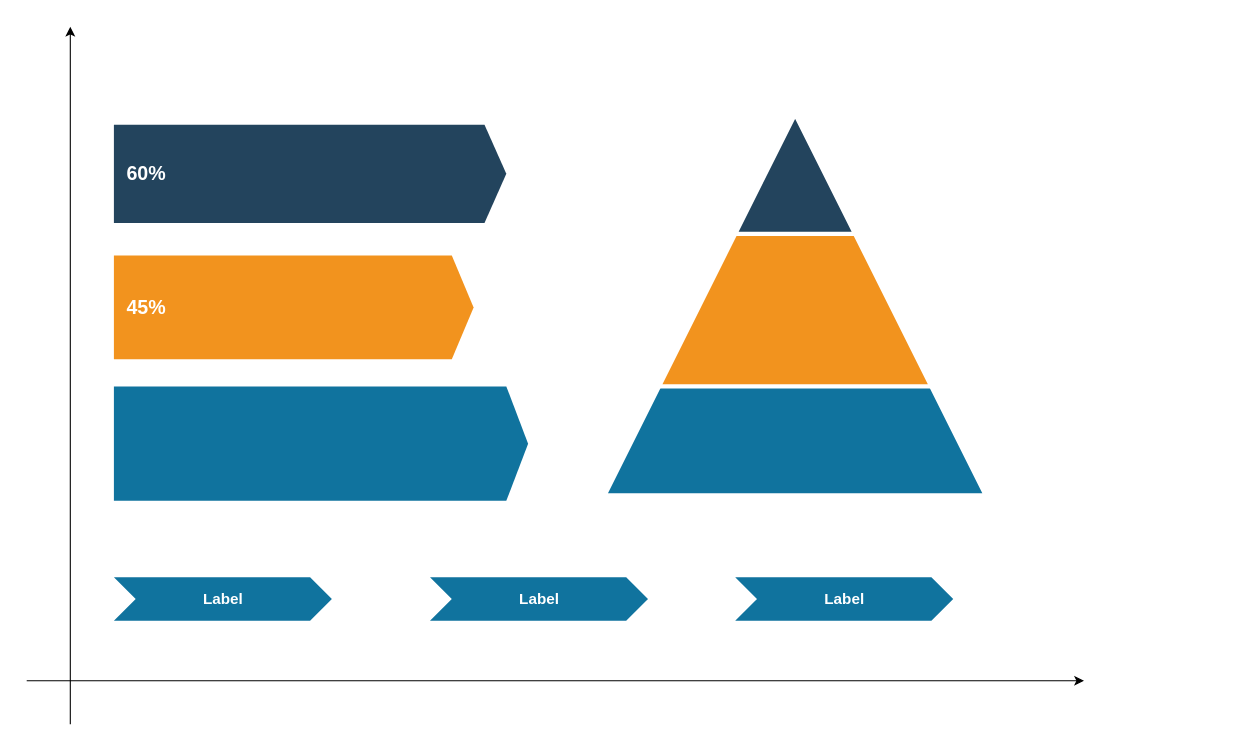
The draw.io diagram page "第 8 页" (8 of 8) of draw/ppt.drawio in peng-fan/drawio, before the edit. Source tidied: cells renumbered, new cells numbered last; positions are measured from the earlier drawing's top-left corner, leaving out a move shared by most shapes. Both pictures are drawn from the tidied source at 109%, with x=0, y=0 at pixel (26, 26).
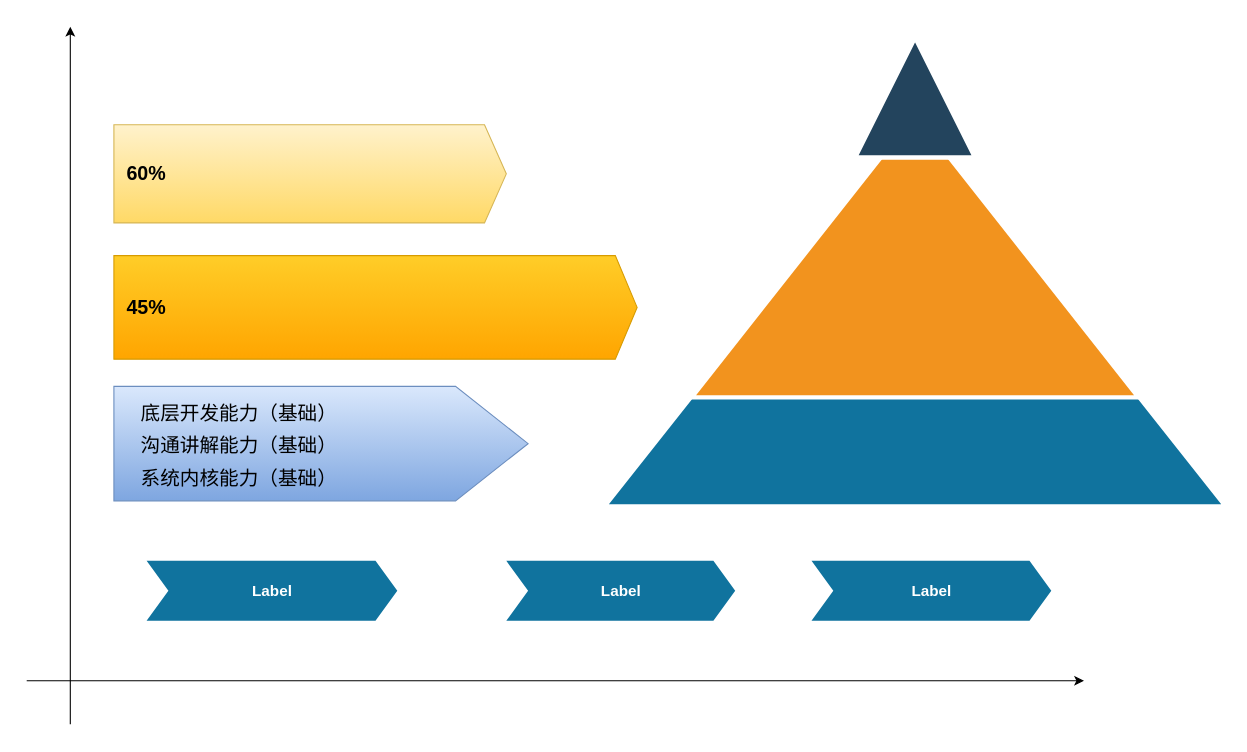
The same diagram, later.

What changed in the source:
```diff
@@
 <mxGraphModel>
   <root>
     <mxCell id="0" />
     <mxCell id="1" parent="0" />
     <mxCell id="2" style="triangle;direction=north;strokeWidth=4;html=1;fillColor=#10739E;strokeColor=#ffffff;shadow=0;fontSize=10;fontColor=#FFFFFF;align=center;fontStyle=0;whiteSpace=wrap;spacing=10;" parent="1" vertex="1">
-      <mxGeometry x="530" y="80" width="350" height="350" as="geometry" />
+      <mxGeometry x="530" y="80" width="570" height="360" as="geometry" />
     </mxCell>
     <mxCell id="3" style="triangle;direction=north;strokeWidth=4;html=1;fillColor=#F2931E;strokeColor=#ffffff;shadow=0;fontSize=10;fontColor=#FFFFFF;align=center;fontStyle=0;whiteSpace=wrap;spacing=10;" parent="1" vertex="1">
-      <mxGeometry x="580" y="80" width="250" height="250" as="geometry" />
+      <mxGeometry x="610" y="80" width="410" height="260" as="geometry" />
     </mxCell>
     <mxCell id="4" style="triangle;direction=north;strokeWidth=4;html=1;fillColor=#23445D;strokeColor=#ffffff;shadow=0;fontSize=10;fontColor=#FFFFFF;align=center;fontStyle=0;whiteSpace=wrap;spacing=10;" parent="1" vertex="1">
-      <mxGeometry x="650" y="80" width="110" height="110" as="geometry" />
+      <mxGeometry x="760" y="10" width="110" height="110" as="geometry" />
     </mxCell>
-    <mxCell id="5" style="html=1;shape=mxgraph.infographic.ribbonSimple;notch1=0;notch2=20;fillColor=#10739E;strokeColor=none;align=left;verticalAlign=middle;fontColor=#ffffff;fontSize=18;spacingLeft=10;fontStyle=1;shadow=0;" parent="1" vertex="1">
+    <mxCell id="5" style="html=1;shape=mxgraph.infographic.ribbonSimple;notch1=0;notch2=66.57;fillColor=#dae8fc;strokeColor=#6c8ebf;align=left;verticalAlign=middle;fontSize=18;spacingLeft=10;fontStyle=1;shadow=0;gradientColor=#7ea6e0;" parent="1" vertex="1">
       <mxGeometry x="80" y="330" width="380" height="105" as="geometry" />
     </mxCell>
-    <mxCell id="6" value="45%" style="html=1;shape=mxgraph.infographic.ribbonSimple;notch1=0;notch2=20;fillColor=#F2931E;strokeColor=none;align=left;verticalAlign=middle;fontColor=#ffffff;fontSize=18;spacingLeft=10;fontStyle=1;shadow=0;" parent="1" vertex="1">
-      <mxGeometry x="80" y="210" width="330" height="95" as="geometry" />
+    <mxCell id="6" value="45%" style="html=1;shape=mxgraph.infographic.ribbonSimple;notch1=0;notch2=20;fillColor=#ffcd28;strokeColor=#d79b00;align=left;verticalAlign=middle;fontSize=18;spacingLeft=10;fontStyle=1;shadow=0;gradientColor=#ffa500;" parent="1" vertex="1">
+      <mxGeometry x="80" y="210" width="480" height="95" as="geometry" />
     </mxCell>
-    <mxCell id="7" value="60%" style="html=1;shape=mxgraph.infographic.ribbonSimple;notch1=0;notch2=20;fillColor=#23445D;strokeColor=none;align=left;verticalAlign=middle;fontColor=#ffffff;fontSize=18;spacingLeft=10;fontStyle=1;shadow=0;" parent="1" vertex="1">
+    <mxCell id="7" value="60%" style="html=1;shape=mxgraph.infographic.ribbonSimple;notch1=0;notch2=20;fillColor=#fff2cc;strokeColor=#d6b656;align=left;verticalAlign=middle;fontSize=18;spacingLeft=10;fontStyle=1;shadow=0;gradientColor=#ffd966;" parent="1" vertex="1">
       <mxGeometry x="80" y="90" width="360" height="90" as="geometry" />
     </mxCell>
     <mxCell id="8" value="Label" style="html=1;shape=mxgraph.infographic.ribbonSimple;notch1=20;notch2=20;fillColor=#10739E;strokeColor=none;align=center;verticalAlign=middle;fontColor=#ffffff;fontSize=14;fontStyle=1;" parent="1" vertex="1">
-      <mxGeometry x="80" y="505" width="200" height="40" as="geometry" />
+      <mxGeometry x="110" y="490" width="230" height="55" as="geometry" />
     </mxCell>
     <mxCell id="9" value="Label" style="html=1;shape=mxgraph.infographic.ribbonSimple;notch1=20;notch2=20;fillColor=#10739E;strokeColor=none;align=center;verticalAlign=middle;fontColor=#ffffff;fontSize=14;fontStyle=1;" parent="1" vertex="1">
-      <mxGeometry x="370" y="505" width="200" height="40" as="geometry" />
+      <mxGeometry x="440" y="490" width="210" height="55" as="geometry" />
     </mxCell>
     <mxCell id="10" value="Label" style="html=1;shape=mxgraph.infographic.ribbonSimple;notch1=20;notch2=20;fillColor=#10739E;strokeColor=none;align=center;verticalAlign=middle;fontColor=#ffffff;fontSize=14;fontStyle=1;" parent="1" vertex="1">
-      <mxGeometry x="650" y="505" width="200" height="40" as="geometry" />
+      <mxGeometry x="720" y="490" width="220" height="55" as="geometry" />
     </mxCell>
     <mxCell id="11" style="endArrow=classic;html=1;rounded=0;" parent="1" edge="1">
       <mxGeometry relative="1" as="geometry">
         <mxPoint x="40" y="640" as="sourcePoint" />
         <mxPoint x="40" as="targetPoint" />
       </mxGeometry>
     </mxCell>
     <mxCell id="12" style="endArrow=classic;html=1;rounded=0;" parent="1" edge="1">
       <mxGeometry relative="1" as="geometry">
         <mxPoint y="600" as="sourcePoint" />
         <mxPoint x="970" y="600" as="targetPoint" />
       </mxGeometry>
     </mxCell>
+    <mxCell id="13" value="&lt;font style=&quot;font-size: 18px;&quot;&gt;底层开发能力（基础）&lt;/font&gt;" style="text;html=1;strokeColor=none;fillColor=none;align=center;verticalAlign=middle;whiteSpace=wrap;rounded=0;" parent="1" vertex="1">
+      <mxGeometry x="80" y="340" width="230" height="30" as="geometry" />
+    </mxCell>
+    <mxCell id="14" value="&lt;font style=&quot;font-size: 18px;&quot;&gt;沟通讲解能力（基础）&lt;/font&gt;" style="text;html=1;strokeColor=none;fillColor=none;align=center;verticalAlign=middle;whiteSpace=wrap;rounded=0;" parent="1" vertex="1">
+      <mxGeometry x="80" y="370" width="230" height="30" as="geometry" />
+    </mxCell>
+    <mxCell id="15" value="&lt;font style=&quot;font-size: 18px;&quot;&gt;系统内核能力（基础）&lt;/font&gt;" style="text;html=1;strokeColor=none;fillColor=none;align=center;verticalAlign=middle;whiteSpace=wrap;rounded=0;" parent="1" vertex="1">
+      <mxGeometry x="80" y="400" width="230" height="30" as="geometry" />
+    </mxCell>
   </root>
 </mxGraphModel>
```
